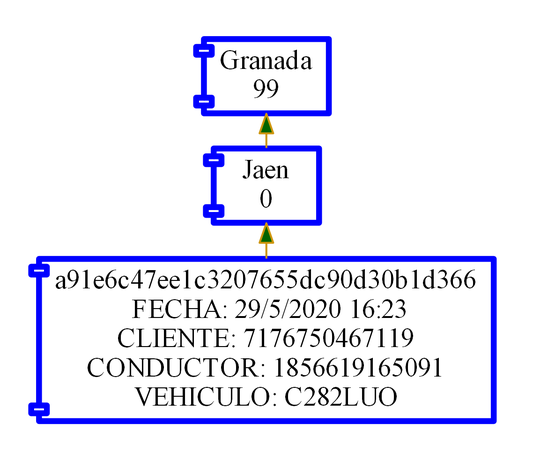
Before: Viajes.png, a diagram exported from Graphviz (SergioUnix/EDD_Proyecto2_Junio_2020). Its source is kept beside it as Viajes.dot.
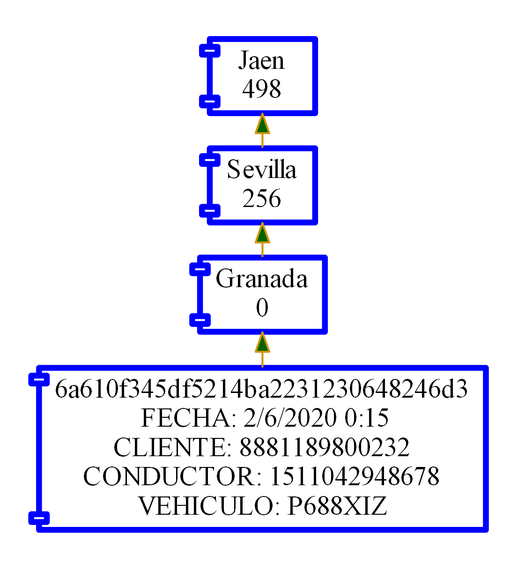
After the commit.

The edit, as a diff of the source:
```diff
@@ -5,16 +5,19 @@
 subgraph cluster_0{
 style=filled;
 color=white;
-"a91e6c47ee1c3207655dc90d30b1d366"[label="a91e6c47ee1c3207655dc90d30b1d366
- FECHA: 29/5/2020 16:23
-CLIENTE: 7176750467119
-CONDUCTOR: 1856619165091
-VEHICULO: C282LUO"];
+"6a610f345df5214ba2231230648246d3"[label="6a610f345df5214ba2231230648246d3
+ FECHA: 2/6/2020 0:15
+CLIENTE: 8881189800232
+CONDUCTOR: 1511042948678
+VEHICULO: P688XIZ"];
+"0Granada"[label="Granada
+0"];
+"0Sevilla"[label="Sevilla
+256"];
 "0Jaen"[label="Jaen
-0"];
-"0Granada"[label="Granada
-99"];
-"0Jaen"->"0Granada"
-{ rank = same;"a91e6c47ee1c3207655dc90d30b1d366";"0Jaen";"0Granada";}
-"a91e6c47ee1c3207655dc90d30b1d366"->"0Jaen"}
+498"];
+"0Granada"->"0Sevilla"
+"0Sevilla"->"0Jaen"
+{ rank = same;"6a610f345df5214ba2231230648246d3";"0Granada";"0Sevilla";"0Jaen";}
+"6a610f345df5214ba2231230648246d3"->"0Granada"}
 }
```
